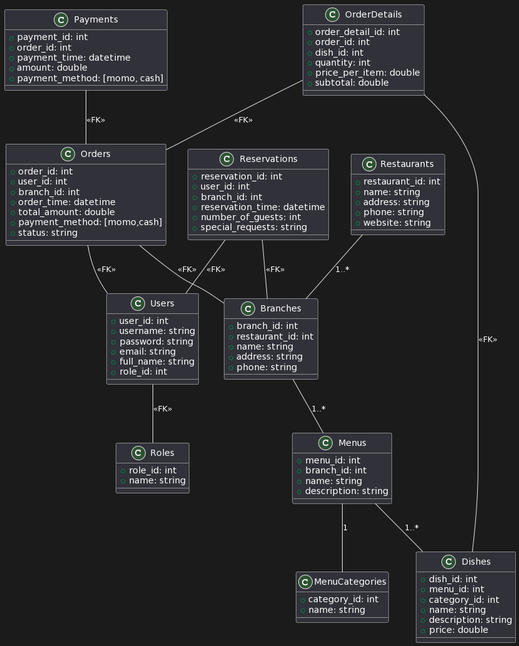
This is Lab 1.2/class_orderFood.png from thuhienz0987/SE357_Pratice_class, a PlantUML export, as it was before one commit. Source of this version:
```plantuml
@startuml
class Users {
  +user_id: int
  +username: string
  +password: string
  +email: string
  +full_name: string
  +role_id: int
}

class Roles {
  +role_id: int
  +name: string
}

class Restaurants {
  +restaurant_id: int
  +name: string
  +address: string
  +phone: string
  +website: string
}

class Branches {
  +branch_id: int
  +restaurant_id: int
  +name: string
  +address: string
  +phone: string
}

class Menus {
  +menu_id: int
  +branch_id: int
  +name: string
  +description: string
}

class MenuCategories {
  +category_id: int
  +name: string
}

class Dishes {
  +dish_id: int
  +menu_id: int
  +category_id: int
  +name: string
  +description: string
  +price: double
}

class Reservations {
  +reservation_id: int
  +user_id: int
  +branch_id: int
  +reservation_time: datetime
  +number_of_guests: int
  +special_requests: string
}

class Orders {
  +order_id: int
  +user_id: int
  +branch_id: int
  +order_time: datetime
  +total_amount: double
  +payment_method: [momo,cash]
  +status: string
}

class OrderDetails {
  +order_detail_id: int
  +order_id: int
  +dish_id: int
  +quantity: int
  +price_per_item: double
  +subtotal: double
}

class Payments {
  +payment_id: int
  +order_id: int
  +payment_time: datetime
  +amount: double
  +payment_method: [momo, cash]
}

Users -- Roles: <<FK>>
Restaurants -- Branches: 1..*
Branches -- Menus: 1..*
Menus -- MenuCategories: 1
Menus -- Dishes: 1..*
Reservations -- Users: <<FK>>
Reservations -- Branches: <<FK>>
Orders -- Users: <<FK>>
Orders -- Branches: <<FK>>
OrderDetails -- Orders: <<FK>>
OrderDetails -- Dishes: <<FK>>
Payments -- Orders: <<FK>>
@enduml
```
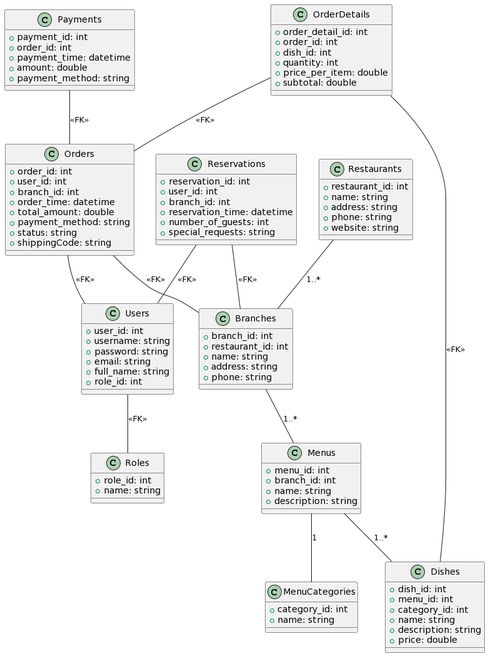
After the commit.

What changed in the source:
```diff
@@ -1,5 +1,7 @@
 @startuml
-class Users {
+!define ENTITY class
+
+ENTITY Users {
   +user_id: int
   +username: string
   +password: string
@@ -8,12 +10,12 @@
   +role_id: int
 }
 
-class Roles {
+ENTITY Roles {
   +role_id: int
   +name: string
 }
 
-class Restaurants {
+ENTITY Restaurants {
   +restaurant_id: int
   +name: string
   +address: string
@@ -21,7 +23,7 @@
   +website: string
 }
 
-class Branches {
+ENTITY Branches {
   +branch_id: int
   +restaurant_id: int
   +name: string
@@ -29,19 +31,19 @@
   +phone: string
 }
 
-class Menus {
+ENTITY Menus {
   +menu_id: int
   +branch_id: int
   +name: string
   +description: string
 }
 
-class MenuCategories {
+ENTITY MenuCategories {
   +category_id: int
   +name: string
 }
 
-class Dishes {
+ENTITY Dishes {
   +dish_id: int
   +menu_id: int
   +category_id: int
@@ -50,7 +52,7 @@
   +price: double
 }
 
-class Reservations {
+ENTITY Reservations {
   +reservation_id: int
   +user_id: int
   +branch_id: int
@@ -59,17 +61,18 @@
   +special_requests: string
 }
 
-class Orders {
+ENTITY Orders {
   +order_id: int
   +user_id: int
   +branch_id: int
   +order_time: datetime
   +total_amount: double
-  +payment_method: [momo,cash]
+  +payment_method: string
   +status: string
+  + shippingCode: string
 }
 
-class OrderDetails {
+ENTITY OrderDetails {
   +order_detail_id: int
   +order_id: int
   +dish_id: int
@@ -78,12 +81,12 @@
   +subtotal: double
 }
 
-class Payments {
+ENTITY Payments {
   +payment_id: int
   +order_id: int
   +payment_time: datetime
   +amount: double
-  +payment_method: [momo, cash]
+  +payment_method: string
 }
 
 Users -- Roles: <<FK>>
```
